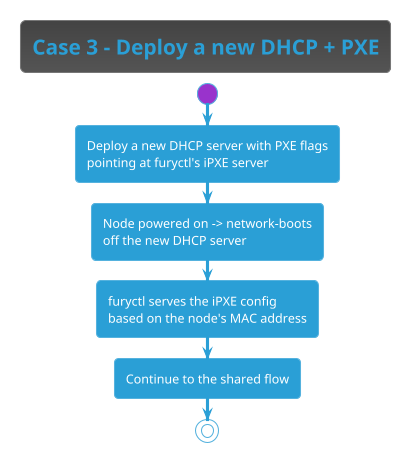
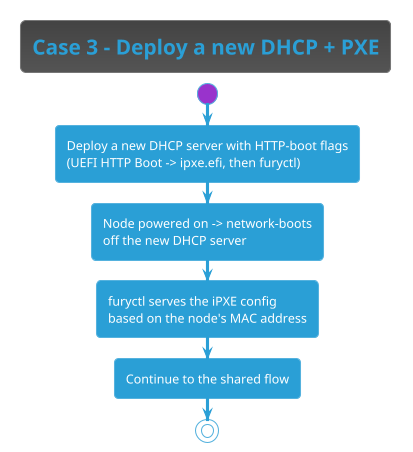
@startuml immutable-case-deploy-dhcp
!theme cyborg

title Case 3 - Deploy a new DHCP + PXE

start

- :Deploy a new DHCP server with PXE flags\npointing at furyctl's iPXE server;
+ :Deploy a new DHCP server with HTTP-boot flags\n(UEFI HTTP Boot -> ipxe.efi, then furyctl);

:Node powered on -> network-boots\noff the new DHCP server;

:furyctl serves the iPXE config\nbased on the node's MAC address;

:Continue to the shared flow;

stop

@enduml
